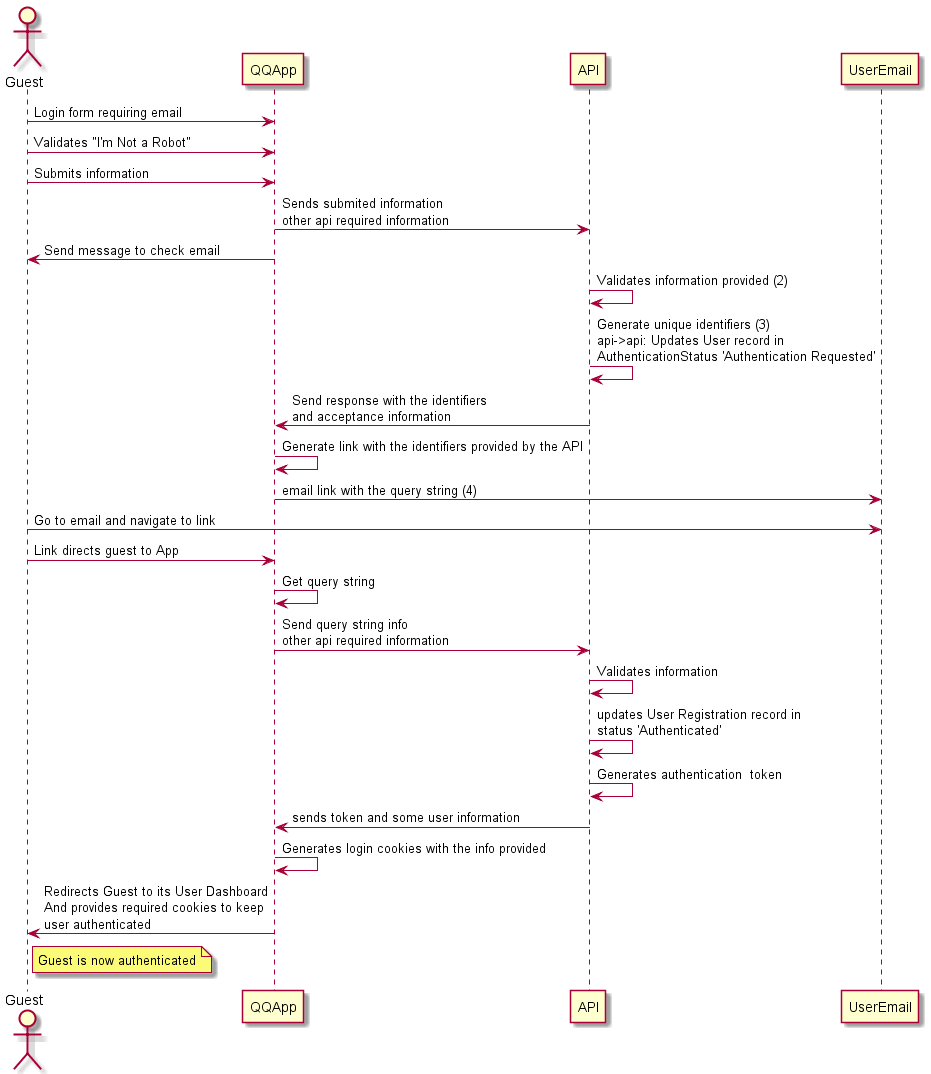
This is docs/LoginUser.png from i-on-project/quick-quiz, a PlantUML export, as it was before one commit. Source of this version:
```plantuml
@startuml LoginUser

actor Guest as guest
participant QQApp as qq
participant API as api
participant UserEmail as email
guest->qq: Login form requiring email
guest->qq: Validates "I'm Not a Robot"
guest->qq: Submits information
qq->api: Sends submited information\nother api required information
qq->guest: Send message to check email
api->api: Validates information provided (2)
api->api: Generate unique identifiers (3)\napi->api: Updates User record in \nAuthenticationStatus 'Authentication Requested'
api->qq: Send response with the identifiers\nand acceptance information
qq->qq: Generate link with the identifiers provided by the API
qq->email: email link with the query string (4)
guest->email:Go to email and navigate to link
guest->qq: Link directs guest to App
qq->qq: Get query string
qq->api: Send query string info\nother api required information
api->api: Validates information
api->api: updates User Registration record in \nstatus 'Authenticated'
api->api: Generates authentication  token
api->qq: sends token and some user information
qq->qq: Generates login cookies with the info provided
qq->guest: Redirects Guest to its User Dashboard\nAnd provides required cookies to keep\nuser authenticated
note right of guest : Guest is now authenticated

@enduml
```
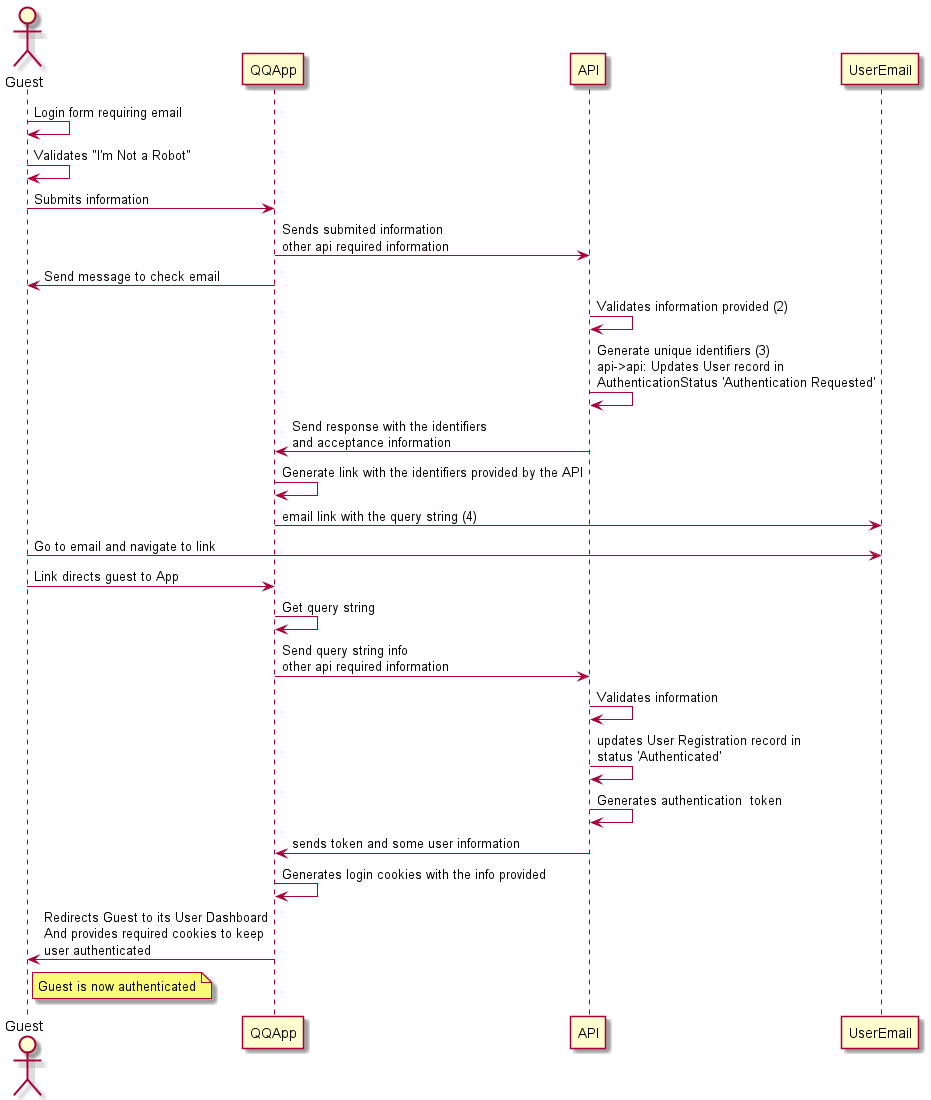
The same file after the commit.

Commit message:
fix to register and login workflow

Change to the diagram source:
```diff
@@ -4,8 +4,8 @@
 participant QQApp as qq
 participant API as api
 participant UserEmail as email
-guest->qq: Login form requiring email
-guest->qq: Validates "I'm Not a Robot"
+guest->guest: Login form requiring email
+guest->guest: Validates "I'm Not a Robot"
 guest->qq: Submits information
 qq->api: Sends submited information\nother api required information
 qq->guest: Send message to check email
```
